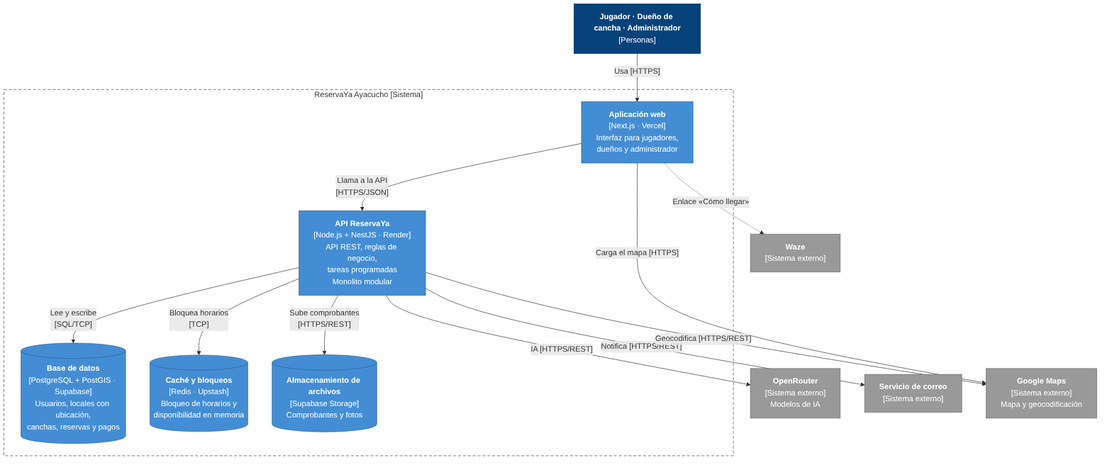
The Mermaid diagram img/nivel2-contenedores.png in edhtsprado27-bit/ReservaYa-Ayacucho, before a commit. Its source is kept beside it as img/fuentes-svg/nivel2-contenedores.mmd. Its diagram source:
```mermaid
flowchart TB
    usuarios["<b>Jugador · Dueño de cancha · Administrador</b><br/>[Personas]"]

    subgraph limite["ReservaYa Ayacucho [Sistema]"]
        web["<b>Aplicación web</b><br/>[Next.js · Vercel]<br/>Interfaz para jugadores,<br/>dueños y administrador"]
        api["<b>API ReservaYa</b><br/>[Node.js + NestJS · Render]<br/>API REST, reglas de negocio,<br/>tareas programadas<br/>Monolito modular"]
        bd[("<b>Base de datos</b><br/>[PostgreSQL + PostGIS · Supabase]<br/>Usuarios, locales con ubicación,<br/>canchas, reservas y pagos")]
        cache[("<b>Caché y bloqueos</b><br/>[Redis · Upstash]<br/>Bloqueo de horarios y<br/>disponibilidad en memoria")]
        storage[("<b>Almacenamiento de archivos</b><br/>[Supabase Storage]<br/>Comprobantes y fotos")]
    end

    openrouter["<b>OpenRouter</b><br/>[Sistema externo]<br/>Modelos de IA"]
    correo["<b>Servicio de correo</b><br/>[Sistema externo]"]
    maps["<b>Google Maps</b><br/>[Sistema externo]<br/>Mapa y geocodificación"]
    waze["<b>Waze</b><br/>[Sistema externo]"]

    usuarios -- "Usa [HTTPS]" --> web
    web -- "Llama a la API<br/>[HTTPS/JSON]" --> api
    api -- "Lee y escribe<br/>[SQL/TCP]" --> bd
    api -- "Bloquea horarios<br/>[TCP]" --> cache
    api -- "Sube comprobantes<br/>[HTTPS/REST]" --> storage
    api -- "IA [HTTPS/REST]" --> openrouter
    api -- "Notifica [HTTPS/REST]" --> correo
    api -- "Geocodifica [HTTPS/REST]" --> maps
    web -- "Carga el mapa [HTTPS]" --> maps
    web -. "Enlace «Cómo llegar»" .-> waze

    classDef persona fill:#08427b,stroke:#052e56,color:#fff
    classDef contenedor fill:#438dd5,stroke:#2e6295,color:#fff
    classDef externo fill:#999999,stroke:#6b6b6b,color:#fff
    class usuarios persona
    class web,api,bd,cache,storage contenedor
    class openrouter,correo,maps,waze externo
    style limite fill:none,stroke:#444,stroke-dasharray:6 4
```
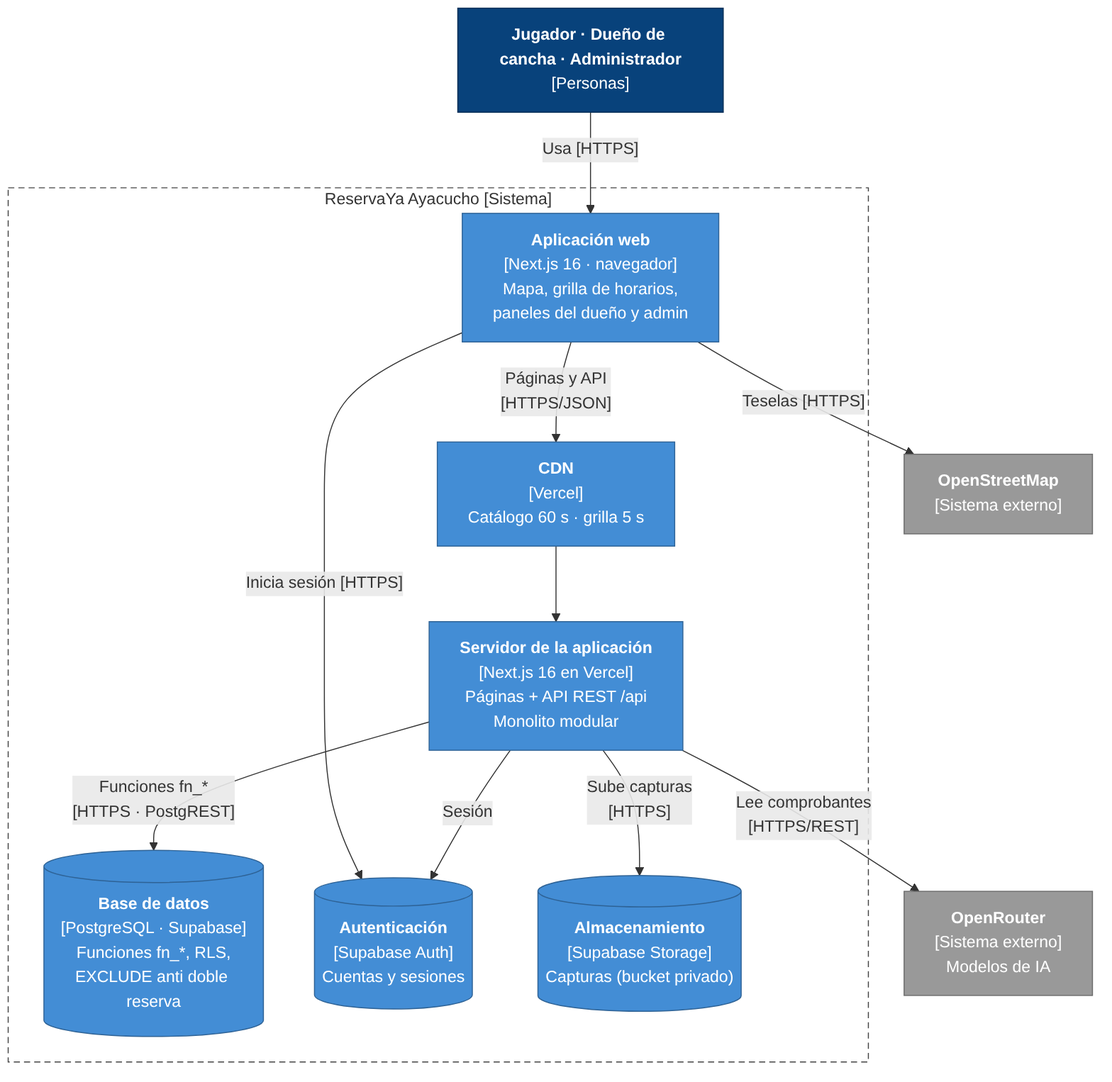
Above is the later version.

The edit, as a diff of the source:
```diff
@@ -2,33 +2,31 @@
     usuarios["<b>Jugador · Dueño de cancha · Administrador</b><br/>[Personas]"]
 
     subgraph limite["ReservaYa Ayacucho [Sistema]"]
-        web["<b>Aplicación web</b><br/>[Next.js · Vercel]<br/>Interfaz para jugadores,<br/>dueños y administrador"]
-        api["<b>API ReservaYa</b><br/>[Node.js + NestJS · Render]<br/>API REST, reglas de negocio,<br/>tareas programadas<br/>Monolito modular"]
-        bd[("<b>Base de datos</b><br/>[PostgreSQL + PostGIS · Supabase]<br/>Usuarios, locales con ubicación,<br/>canchas, reservas y pagos")]
-        cache[("<b>Caché y bloqueos</b><br/>[Redis · Upstash]<br/>Bloqueo de horarios y<br/>disponibilidad en memoria")]
-        storage[("<b>Almacenamiento de archivos</b><br/>[Supabase Storage]<br/>Comprobantes y fotos")]
+        web["<b>Aplicación web</b><br/>[Next.js 16 · navegador]<br/>Mapa, grilla de horarios,<br/>paneles del dueño y admin"]
+        srv["<b>Servidor de la aplicación</b><br/>[Next.js 16 en Vercel]<br/>Páginas + API REST /api<br/>Monolito modular"]
+        cdn["<b>CDN</b><br/>[Vercel]<br/>Catálogo 60 s · grilla 5 s"]
+        bd[("<b>Base de datos</b><br/>[PostgreSQL · Supabase]<br/>Funciones fn_*, RLS,<br/>EXCLUDE anti doble reserva")]
+        auth[("<b>Autenticación</b><br/>[Supabase Auth]<br/>Cuentas y sesiones")]
+        storage[("<b>Almacenamiento</b><br/>[Supabase Storage]<br/>Capturas (bucket privado)")]
     end
 
     openrouter["<b>OpenRouter</b><br/>[Sistema externo]<br/>Modelos de IA"]
-    correo["<b>Servicio de correo</b><br/>[Sistema externo]"]
-    maps["<b>Google Maps</b><br/>[Sistema externo]<br/>Mapa y geocodificación"]
-    waze["<b>Waze</b><br/>[Sistema externo]"]
+    osm["<b>OpenStreetMap</b><br/>[Sistema externo]"]
 
     usuarios -- "Usa [HTTPS]" --> web
-    web -- "Llama a la API<br/>[HTTPS/JSON]" --> api
-    api -- "Lee y escribe<br/>[SQL/TCP]" --> bd
-    api -- "Bloquea horarios<br/>[TCP]" --> cache
-    api -- "Sube comprobantes<br/>[HTTPS/REST]" --> storage
-    api -- "IA [HTTPS/REST]" --> openrouter
-    api -- "Notifica [HTTPS/REST]" --> correo
-    api -- "Geocodifica [HTTPS/REST]" --> maps
-    web -- "Carga el mapa [HTTPS]" --> maps
-    web -. "Enlace «Cómo llegar»" .-> waze
+    web -- "Páginas y API<br/>[HTTPS/JSON]" --> cdn
+    cdn --> srv
+    web -- "Inicia sesión [HTTPS]" --> auth
+    web -- "Teselas [HTTPS]" --> osm
+    srv -- "Funciones fn_*<br/>[HTTPS · PostgREST]" --> bd
+    srv -- "Sesión" --> auth
+    srv -- "Sube capturas<br/>[HTTPS]" --> storage
+    srv -- "Lee comprobantes<br/>[HTTPS/REST]" --> openrouter
 
     classDef persona fill:#08427b,stroke:#052e56,color:#fff
     classDef contenedor fill:#438dd5,stroke:#2e6295,color:#fff
     classDef externo fill:#999999,stroke:#6b6b6b,color:#fff
     class usuarios persona
-    class web,api,bd,cache,storage contenedor
-    class openrouter,correo,maps,waze externo
+    class web,srv,cdn,bd,auth,storage contenedor
+    class openrouter,osm externo
     style limite fill:none,stroke:#444,stroke-dasharray:6 4
```
